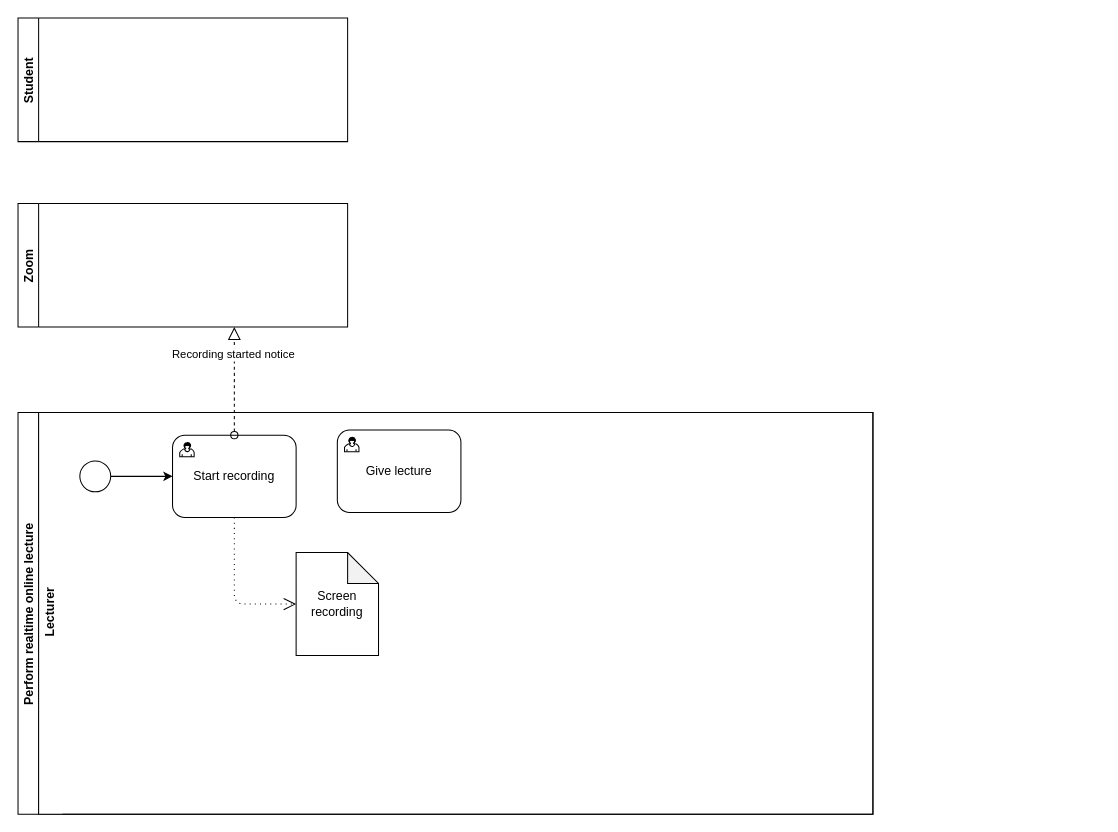
gullskatten/BPMN-models keeps this draw.io diagram as perform_lecture_process_AS_IS.drawio. Above is the earlier version. Source tidied: cells renumbered, new cells numbered last; positions are measured from the earlier drawing's top-left corner, leaving out a move shared by most shapes. Both pictures are drawn from the tidied source at 103%, with x=0, y=0 at pixel (18, 18).
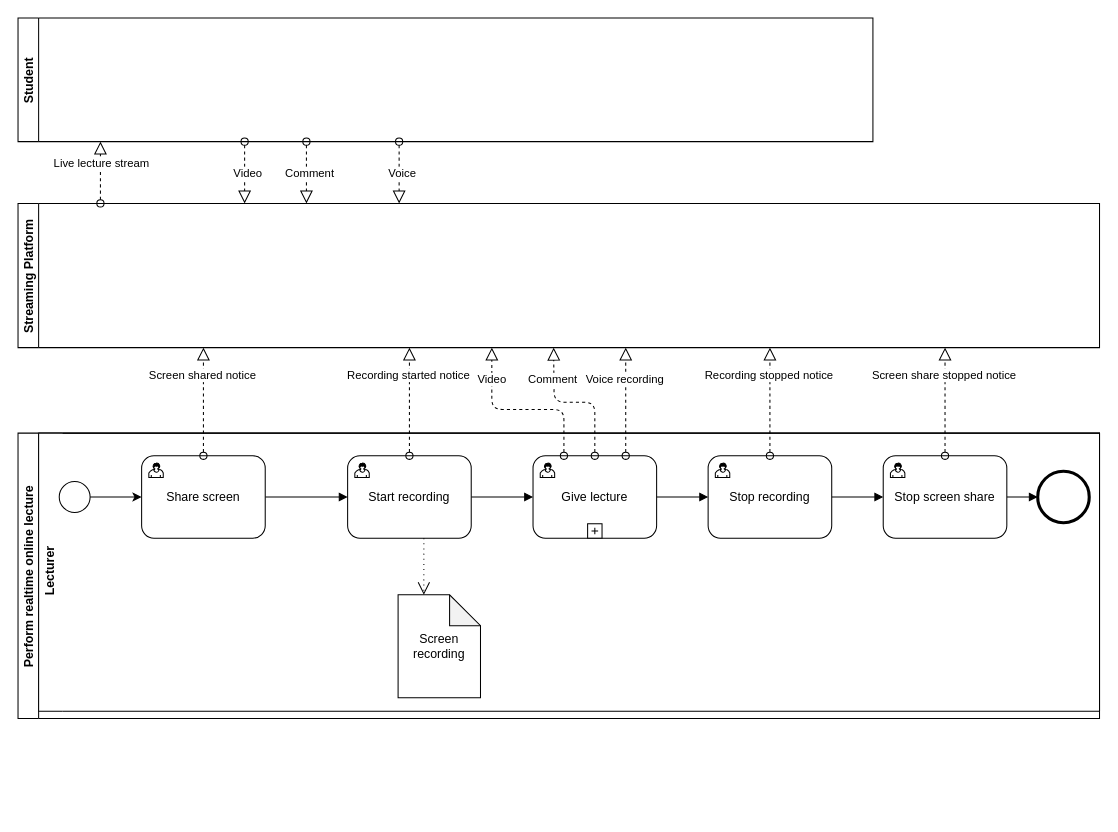
After the change.

Change to the diagram source:
```diff
@@
     <mxCell id="2" value="Student" style="swimlane;startSize=20;horizontal=0;" parent="1" vertex="1">
-      <mxGeometry width="320" height="120" as="geometry" />
+      <mxGeometry width="830" height="120" as="geometry" />
     </mxCell>
-    <mxCell id="3" value="Zoom" style="swimlane;startSize=20;horizontal=0;" parent="1" vertex="1">
-      <mxGeometry y="180" width="320" height="120" as="geometry" />
+    <mxCell id="3" value="Streaming Platform" style="swimlane;startSize=20;horizontal=0;" parent="1" vertex="1">
+      <mxGeometry y="180" width="1050" height="140" as="geometry" />
     </mxCell>
     <mxCell id="4" value="Perform realtime online lecture" style="swimlane;startSize=20;horizontal=0;" parent="1" vertex="1">
-      <mxGeometry y="383" width="830" height="390" as="geometry" />
+      <mxGeometry y="403" width="1050" height="277" as="geometry" />
     </mxCell>
     <mxCell id="5" value="Lecturer" style="swimlane;html=1;horizontal=0;swimlaneLine=0;" parent="4" vertex="1">
-      <mxGeometry x="20" width="810" height="390" as="geometry" />
+      <mxGeometry x="20" width="1030" height="270" as="geometry" />
     </mxCell>
+    <mxCell id="16" style="edgeStyle=orthogonalEdgeStyle;rounded=0;jettySize=auto;html=1;entryX=0;entryY=0.5;entryDx=0;entryDy=0;startArrow=none;startFill=0;endArrow=block;endFill=1;" parent="5" edge="1" source="6" target="12">
+      <mxGeometry relative="1" as="geometry" />
+    </mxCell>
     <mxCell id="6" value="Start recording" style="html=1;whiteSpace=wrap;rounded=1;" parent="5" vertex="1">
-      <mxGeometry x="130" y="22" width="120" height="80" as="geometry" />
+      <mxGeometry x="300" y="22" width="120" height="80" as="geometry" />
     </mxCell>
@@
-    <mxCell id="8" style="edgeStyle=orthogonalEdgeStyle;rounded=0;jettySize=auto;html=1;entryX=0;entryY=0.5;entryDx=0;entryDy=0;" parent="5" edge="1" source="9" target="6">
+    <mxCell id="8" style="edgeStyle=orthogonalEdgeStyle;rounded=0;jettySize=auto;html=1;entryX=0;entryY=0.5;entryDx=0;entryDy=0;" parent="5" edge="1" source="9" target="21">
       <mxGeometry relative="1" as="geometry" />
     </mxCell>
     <mxCell id="9" style="shape=mxgraph.bpmn.shape;html=1;verticalLabelPosition=bottom;labelBackgroundColor=#ffffff;verticalAlign=top;align=center;perimeter=ellipsePerimeter;outlineConnect=0;outline=standard;symbol=general;" parent="5" vertex="1">
-      <mxGeometry x="40" y="47" width="30" height="30" as="geometry" />
+      <mxGeometry x="20" y="47" width="30" height="30" as="geometry" />
     </mxCell>
     <mxCell id="10" value="Screen recording" style="shape=note;whiteSpace=wrap;html=1;backgroundOutline=1;darkOpacity=0.05;" parent="5" vertex="1">
-      <mxGeometry x="250" y="136" width="80" height="100" as="geometry" />
+      <mxGeometry x="349" y="157" width="80" height="100" as="geometry" />
     </mxCell>
-    <mxCell id="11" style="startArrow=none;startFill=0;startSize=7;endArrow=open;endFill=0;endSize=10;dashed=1;html=1;exitX=0.5;exitY=1;exitDx=0;exitDy=0;entryX=0;entryY=0.5;entryDx=0;entryDy=0;entryPerimeter=0;edgeStyle=orthogonalEdgeStyle;dashPattern=1 4;" parent="5" edge="1" source="6" target="10">
+    <mxCell id="11" style="startArrow=none;startFill=0;startSize=7;endArrow=open;endFill=0;endSize=10;dashed=1;html=1;exitX=0.617;exitY=1;exitDx=0;exitDy=0;entryX=0;entryY=0;entryDx=25;entryDy=0;entryPerimeter=0;edgeStyle=orthogonalEdgeStyle;dashPattern=1 4;exitPerimeter=0;" parent="5" edge="1" source="6" target="10">
       <mxGeometry relative="1" as="geometry" />
     </mxCell>
+    <mxCell id="17" style="edgeStyle=orthogonalEdgeStyle;rounded=0;jettySize=auto;html=1;startArrow=none;startFill=0;endArrow=block;endFill=1;exitX=1;exitY=0.5;exitDx=0;exitDy=0;entryX=0;entryY=0.5;entryDx=0;entryDy=0;" parent="5" edge="1" source="12" target="25">
+      <mxGeometry relative="1" as="geometry" />
+    </mxCell>
     <mxCell id="12" value="Give lecture" style="html=1;whiteSpace=wrap;rounded=1;" parent="5" vertex="1">
-      <mxGeometry x="290" y="17" width="120" height="80" as="geometry" />
+      <mxGeometry x="480" y="22" width="120" height="80" as="geometry" />
     </mxCell>
-    <mxCell id="13" style="html=1;shape=mxgraph.bpmn.user_task;" parent="12" vertex="1">
-      <mxGeometry width="14" height="14" relative="1" as="geometry">
-        <mxPoint x="7" y="7" as="offset" />
-      </mxGeometry>
-    </mxCell>
+    <mxCell id="18" style="html=1;shape=mxgraph.bpmn.user_task;" parent="12" vertex="1">
+      <mxGeometry width="14" height="14" relative="1" as="geometry">
+        <mxPoint x="7" y="7" as="offset" />
+      </mxGeometry>
+    </mxCell>
+    <mxCell id="19" style="html=1;shape=plus;" parent="12" vertex="1">
+      <mxGeometry x="0.5" y="1" width="14" height="14" relative="1" as="geometry">
+        <mxPoint x="-7" y="-14" as="offset" />
+      </mxGeometry>
+    </mxCell>
+    <mxCell id="20" style="edgeStyle=orthogonalEdgeStyle;rounded=0;jettySize=auto;html=1;entryX=0;entryY=0.5;entryDx=0;entryDy=0;startArrow=none;startFill=0;endArrow=block;endFill=1;" parent="5" edge="1" source="21" target="6">
+      <mxGeometry relative="1" as="geometry" />
+    </mxCell>
+    <mxCell id="21" value="Share screen" style="html=1;whiteSpace=wrap;rounded=1;" parent="5" vertex="1">
+      <mxGeometry x="100" y="22" width="120" height="80" as="geometry" />
+    </mxCell>
+    <mxCell id="22" style="html=1;shape=mxgraph.bpmn.user_task;" parent="21" vertex="1">
+      <mxGeometry width="14" height="14" relative="1" as="geometry">
+        <mxPoint x="7" y="7" as="offset" />
+      </mxGeometry>
+    </mxCell>
+    <mxCell id="23" style="shape=mxgraph.bpmn.shape;html=1;verticalLabelPosition=bottom;labelBackgroundColor=#ffffff;verticalAlign=top;align=center;perimeter=ellipsePerimeter;outlineConnect=0;outline=end;symbol=general;" parent="5" vertex="1">
+      <mxGeometry x="970" y="37" width="50" height="50" as="geometry" />
+    </mxCell>
+    <mxCell id="24" style="edgeStyle=orthogonalEdgeStyle;rounded=0;jettySize=auto;html=1;startArrow=none;startFill=0;endArrow=block;endFill=1;entryX=0;entryY=0.5;entryDx=0;entryDy=0;" parent="5" edge="1" source="25" target="28">
+      <mxGeometry relative="1" as="geometry" />
+    </mxCell>
+    <mxCell id="25" value="Stop recording" style="html=1;whiteSpace=wrap;rounded=1;" parent="5" vertex="1">
+      <mxGeometry x="650" y="22" width="120" height="80" as="geometry" />
+    </mxCell>
+    <mxCell id="26" style="html=1;shape=mxgraph.bpmn.user_task;" parent="25" vertex="1">
+      <mxGeometry width="14" height="14" relative="1" as="geometry">
+        <mxPoint x="7" y="7" as="offset" />
+      </mxGeometry>
+    </mxCell>
+    <mxCell id="27" style="edgeStyle=orthogonalEdgeStyle;rounded=0;jettySize=auto;html=1;entryX=0;entryY=0.5;entryDx=0;entryDy=0;startArrow=none;startFill=0;endArrow=block;endFill=1;" parent="5" edge="1" source="28" target="23">
+      <mxGeometry relative="1" as="geometry" />
+    </mxCell>
+    <mxCell id="28" value="Stop screen share" style="html=1;whiteSpace=wrap;rounded=1;" parent="5" vertex="1">
+      <mxGeometry x="820" y="22" width="120" height="80" as="geometry" />
+    </mxCell>
+    <mxCell id="29" style="html=1;shape=mxgraph.bpmn.user_task;" parent="28" vertex="1">
+      <mxGeometry width="14" height="14" relative="1" as="geometry">
+        <mxPoint x="7" y="7" as="offset" />
+      </mxGeometry>
+    </mxCell>
     <mxCell id="14" style="startArrow=oval;startFill=0;startSize=7;endArrow=block;endFill=0;endSize=10;dashed=1;html=1;exitX=0.5;exitY=0;exitDx=0;exitDy=0;" parent="1" edge="1" source="6">
       <mxGeometry relative="1" as="geometry">
-        <mxPoint x="210" y="300" as="targetPoint" />
+        <mxPoint x="380" y="320" as="targetPoint" />
       </mxGeometry>
     </mxCell>
@@
+    <mxCell id="30" style="startArrow=oval;startFill=0;startSize=7;endArrow=block;endFill=0;endSize=10;dashed=1;html=1;exitX=0.5;exitY=0;exitDx=0;exitDy=0;edgeStyle=orthogonalEdgeStyle;" parent="1" edge="1" source="12">
+      <mxGeometry relative="1" as="geometry">
+        <mxPoint x="520" y="320" as="targetPoint" />
+      </mxGeometry>
+    </mxCell>
+    <mxCell id="31" value="Comment" style="edgeLabel;html=1;align=center;verticalAlign=middle;" parent="30" vertex="1">
+      <mxGeometry x="0.51" y="2" relative="1" as="geometry">
+        <mxPoint y="-5.3" as="offset" />
+      </mxGeometry>
+    </mxCell>
+    <mxCell id="32" style="startArrow=oval;startFill=0;startSize=7;endArrow=block;endFill=0;endSize=10;dashed=1;html=1;exitX=0.75;exitY=0;exitDx=0;exitDy=0;" parent="1" edge="1" source="12">
+      <mxGeometry relative="1" as="geometry">
+        <mxPoint x="590" y="320" as="targetPoint" />
+      </mxGeometry>
+    </mxCell>
+    <mxCell id="33" value="Voice recording" style="edgeLabel;html=1;align=center;verticalAlign=middle;" parent="32" vertex="1">
+      <mxGeometry x="0.51" y="2" relative="1" as="geometry">
+        <mxPoint y="4" as="offset" />
+      </mxGeometry>
+    </mxCell>
+    <mxCell id="34" style="startArrow=oval;startFill=0;startSize=7;endArrow=block;endFill=0;endSize=10;dashed=1;html=1;exitX=0.5;exitY=0;exitDx=0;exitDy=0;" parent="1" edge="1" source="21">
+      <mxGeometry relative="1" as="geometry">
+        <mxPoint x="180" y="320" as="targetPoint" />
+      </mxGeometry>
+    </mxCell>
+    <mxCell id="35" value="Screen shared notice" style="edgeLabel;html=1;align=center;verticalAlign=middle;" parent="34" vertex="1">
+      <mxGeometry x="0.51" y="2" relative="1" as="geometry" />
+    </mxCell>
+    <mxCell id="36" style="startArrow=oval;startFill=0;startSize=7;endArrow=block;endFill=0;endSize=10;dashed=1;html=1;" parent="1" edge="1">
+      <mxGeometry relative="1" as="geometry">
+        <mxPoint x="280" y="120" as="sourcePoint" />
+        <mxPoint x="280" y="180" as="targetPoint" />
+      </mxGeometry>
+    </mxCell>
+    <mxCell id="37" value="Comment" style="edgeLabel;html=1;align=center;verticalAlign=middle;" parent="36" vertex="1">
+      <mxGeometry x="0.51" y="2" relative="1" as="geometry">
+        <mxPoint y="-15" as="offset" />
+      </mxGeometry>
+    </mxCell>
+    <mxCell id="38" style="startArrow=oval;startFill=0;startSize=7;endArrow=block;endFill=0;endSize=10;dashed=1;html=1;" parent="1" edge="1">
+      <mxGeometry relative="1" as="geometry">
+        <mxPoint x="370" y="120" as="sourcePoint" />
+        <mxPoint x="370" y="180" as="targetPoint" />
+      </mxGeometry>
+    </mxCell>
+    <mxCell id="39" value="Voice" style="edgeLabel;html=1;align=center;verticalAlign=middle;" parent="38" vertex="1">
+      <mxGeometry x="0.51" y="2" relative="1" as="geometry">
+        <mxPoint y="-15" as="offset" />
+      </mxGeometry>
+    </mxCell>
+    <mxCell id="40" style="startArrow=oval;startFill=0;startSize=7;endArrow=block;endFill=0;endSize=10;dashed=1;html=1;" parent="1" edge="1">
+      <mxGeometry relative="1" as="geometry">
+        <mxPoint x="80" y="180" as="sourcePoint" />
+        <mxPoint x="80" y="120" as="targetPoint" />
+      </mxGeometry>
+    </mxCell>
+    <mxCell id="41" value="Live lecture stream" style="edgeLabel;html=1;align=center;verticalAlign=middle;" parent="40" vertex="1">
+      <mxGeometry x="0.51" y="2" relative="1" as="geometry">
+        <mxPoint x="2" y="5" as="offset" />
+      </mxGeometry>
+    </mxCell>
+    <mxCell id="42" style="startArrow=oval;startFill=0;startSize=7;endArrow=block;endFill=0;endSize=10;dashed=1;html=1;exitX=0.5;exitY=0;exitDx=0;exitDy=0;" parent="1" edge="1" source="25">
+      <mxGeometry relative="1" as="geometry">
+        <mxPoint x="730" y="320" as="targetPoint" />
+      </mxGeometry>
+    </mxCell>
+    <mxCell id="43" value="Recording stopped notice" style="edgeLabel;html=1;align=center;verticalAlign=middle;" parent="42" vertex="1">
+      <mxGeometry x="0.51" y="2" relative="1" as="geometry" />
+    </mxCell>
+    <mxCell id="44" style="startArrow=oval;startFill=0;startSize=7;endArrow=block;endFill=0;endSize=10;dashed=1;html=1;exitX=0.5;exitY=0;exitDx=0;exitDy=0;" parent="1" edge="1" source="28">
+      <mxGeometry relative="1" as="geometry">
+        <mxPoint x="900" y="320" as="targetPoint" />
+      </mxGeometry>
+    </mxCell>
+    <mxCell id="45" value="Screen share stopped notice" style="edgeLabel;html=1;align=center;verticalAlign=middle;" parent="44" vertex="1">
+      <mxGeometry x="0.51" y="2" relative="1" as="geometry" />
+    </mxCell>
+    <mxCell id="46" style="startArrow=oval;startFill=0;startSize=7;endArrow=block;endFill=0;endSize=10;dashed=1;html=1;" parent="1" edge="1">
+      <mxGeometry relative="1" as="geometry">
+        <mxPoint x="220" y="120" as="sourcePoint" />
+        <mxPoint x="220" y="180" as="targetPoint" />
+      </mxGeometry>
+    </mxCell>
+    <mxCell id="47" value="Video" style="edgeLabel;html=1;align=center;verticalAlign=middle;" parent="46" vertex="1">
+      <mxGeometry x="0.51" y="2" relative="1" as="geometry">
+        <mxPoint y="-15" as="offset" />
+      </mxGeometry>
+    </mxCell>
+    <mxCell id="48" style="startArrow=oval;startFill=0;startSize=7;endArrow=block;endFill=0;endSize=10;dashed=1;html=1;exitX=0.25;exitY=0;exitDx=0;exitDy=0;edgeStyle=orthogonalEdgeStyle;" parent="1" edge="1" source="12">
+      <mxGeometry relative="1" as="geometry">
+        <mxPoint x="460" y="320" as="targetPoint" />
+        <Array as="points">
+          <mxPoint x="530" y="380" />
+          <mxPoint x="460" y="380" />
+        </Array>
+      </mxGeometry>
+    </mxCell>
+    <mxCell id="49" value="Video" style="edgeLabel;html=1;align=center;verticalAlign=middle;" parent="48" vertex="1">
+      <mxGeometry x="-0.11" y="1" relative="1" as="geometry">
+        <mxPoint x="-37.3" y="-31" as="offset" />
+      </mxGeometry>
+    </mxCell>
```
